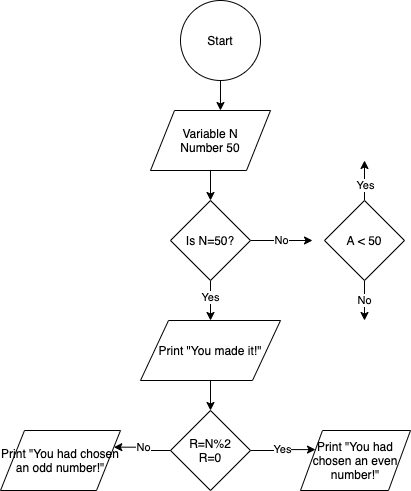
Above: Untitled Diagram.png in faridvahedi/Flowcharts (draw.io), before the change. Source tidied: cells renumbered, new cells last; positions are measured from the earlier drawing's top-left corner, leaving out a move shared by most shapes.
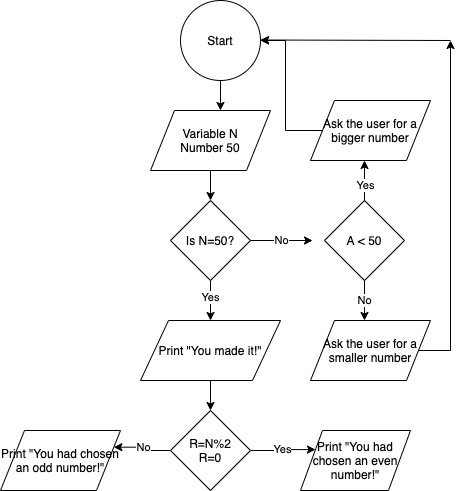
The same diagram one commit later.

What changed in the source:
```diff
@@ -67,5 +67,25 @@
     <mxCell id="20" value="A &amp;lt; 50" style="rhombus;whiteSpace=wrap;html=1;" parent="1" vertex="1">
       <mxGeometry x="324" y="200" width="80" height="80" as="geometry" />
     </mxCell>
+    <mxCell id="21" style="edgeStyle=orthogonalEdgeStyle;rounded=0;jettySize=auto;html=1;entryX=1;entryY=0.5;entryDx=0;entryDy=0;" parent="1" edge="1" source="22" target="5">
+      <mxGeometry relative="1" as="geometry" />
+    </mxCell>
+    <mxCell id="22" value="Ask the user for a bigger number" style="shape=parallelogram;perimeter=parallelogramPerimeter;whiteSpace=wrap;html=1;" parent="1" vertex="1">
+      <mxGeometry x="310" y="100" width="120" height="60" as="geometry" />
+    </mxCell>
+    <mxCell id="23" style="edgeStyle=orthogonalEdgeStyle;rounded=0;jettySize=auto;html=1;" parent="1" edge="1" source="24">
+      <mxGeometry relative="1" as="geometry">
+        <mxPoint x="450" y="40" as="targetPoint" />
+      </mxGeometry>
+    </mxCell>
+    <mxCell id="24" value="Ask the user for a smaller number" style="shape=parallelogram;perimeter=parallelogramPerimeter;whiteSpace=wrap;html=1;" parent="1" vertex="1">
+      <mxGeometry x="310" y="320" width="120" height="60" as="geometry" />
+    </mxCell>
+    <mxCell id="25" style="endArrow=classic;html=1;" parent="1" edge="1">
+      <mxGeometry relative="1" as="geometry">
+        <mxPoint x="450" y="40" as="sourcePoint" />
+        <mxPoint x="260" y="39.5" as="targetPoint" />
+      </mxGeometry>
+    </mxCell>
   </root>
 </mxGraphModel>
```
